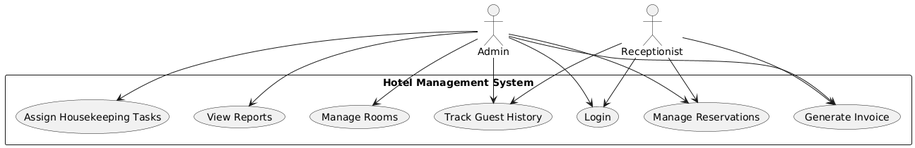
Manpreet-Singh-2004/Hotel_management_app keeps this PlantUML diagram as out/production/Hotel_management_app/media/UseCase.png. Above is the earlier version. Source of this version:
```plantuml
@startuml
actor Admin
actor Receptionist

rectangle "Hotel Management System" {
  usecase "Login" as UC1
  usecase "Manage Reservations" as UC2
  usecase "Generate Invoice" as UC3
  usecase "View Reports" as UC4
  usecase "Manage Rooms" as UC5
  usecase "Assign Housekeeping Tasks" as UC6
  usecase "Track Guest History" as UC7
}

Admin --> UC1
Admin --> UC2
Admin --> UC3
Admin --> UC4
Admin --> UC5
Admin --> UC6
Admin --> UC7

Receptionist --> UC1
Receptionist --> UC2
Receptionist --> UC3
Receptionist --> UC7
@enduml
```
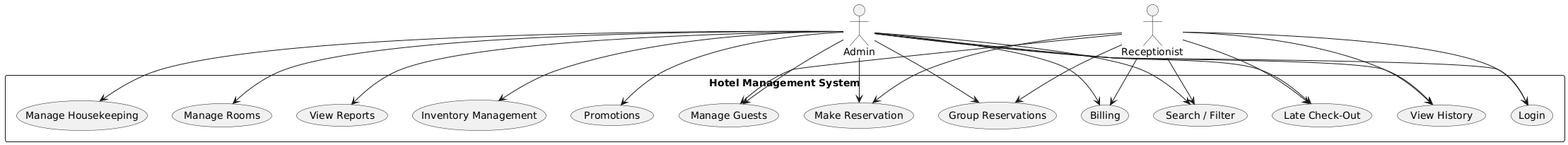
After the commit.

What changed in the source:
```diff
@@ -4,12 +4,18 @@
 
 rectangle "Hotel Management System" {
   usecase "Login" as UC1
-  usecase "Manage Reservations" as UC2
-  usecase "Generate Invoice" as UC3
-  usecase "View Reports" as UC4
-  usecase "Manage Rooms" as UC5
-  usecase "Assign Housekeeping Tasks" as UC6
-  usecase "Track Guest History" as UC7
+  usecase "Manage Guests" as UC2
+  usecase "Manage Rooms" as UC3
+  usecase "Make Reservation" as UC4
+  usecase "Group Reservations" as UC5
+  usecase "Inventory Management" as UC6
+  usecase "Billing" as UC7
+  usecase "View Reports" as UC8
+  usecase "Search / Filter" as UC9
+  usecase "Promotions" as UC10
+  usecase "Manage Housekeeping" as UC11
+  usecase "Late Check-Out" as UC12
+  usecase "View History" as UC13
 }
 
 Admin --> UC1
@@ -19,9 +25,19 @@
 Admin --> UC5
 Admin --> UC6
 Admin --> UC7
+Admin --> UC8
+Admin --> UC9
+Admin --> UC10
+Admin --> UC11
+Admin --> UC12
+Admin --> UC13
 
 Receptionist --> UC1
 Receptionist --> UC2
-Receptionist --> UC3
+Receptionist --> UC4
+Receptionist --> UC5
 Receptionist --> UC7
+Receptionist --> UC9
+Receptionist --> UC12
+Receptionist --> UC13
 @enduml
```
